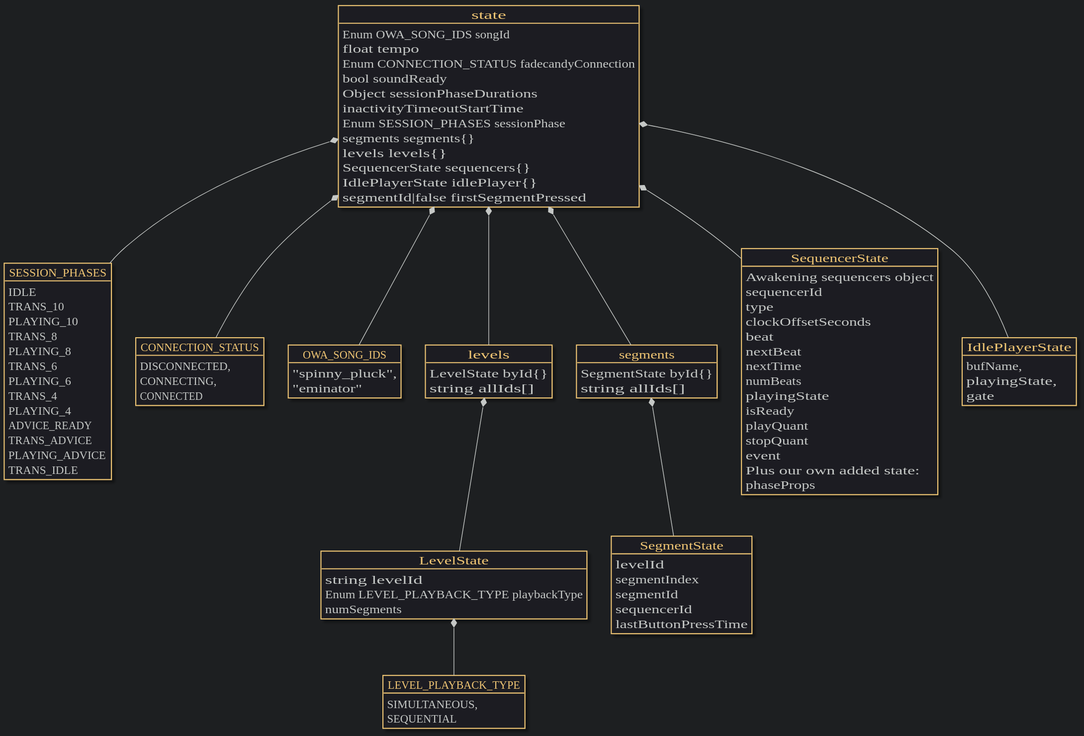
This is docs/data_model.svg from awakeningio/owa, a PlantUML export, as it was before one commit.
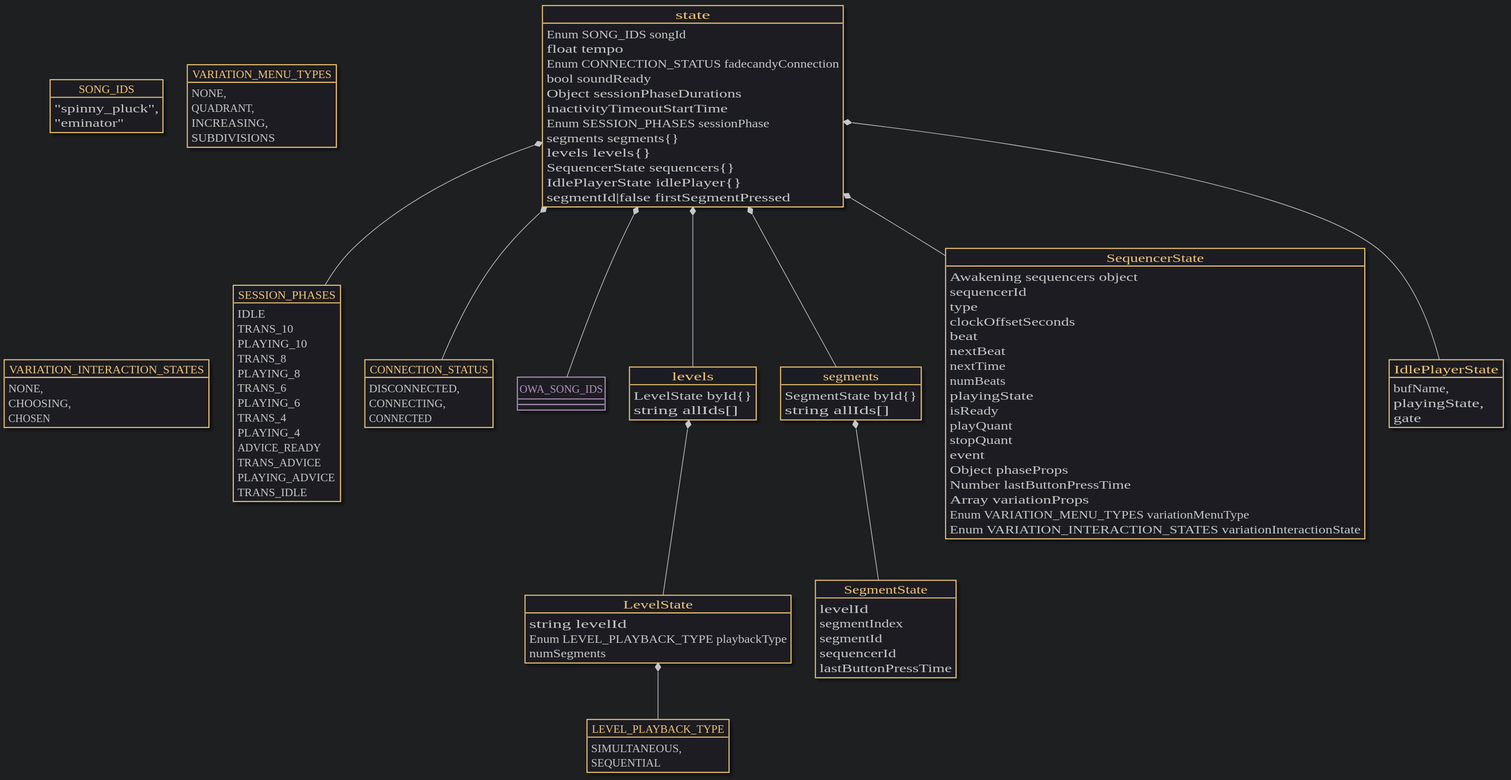
After the change.

What changed in the source:
```diff
@@ -72,13 +72,26 @@
   CONNECTED
 }
 
-object OWA_SONG_IDS {
+object SONG_IDS {
   "spinny_pluck",
   "eminator"
 }
 
+object VARIATION_MENU_TYPES {
+  NONE,
+  QUADRANT,
+  INCREASING,
+  SUBDIVISIONS
+}
+
+object VARIATION_INTERACTION_STATES {
+  NONE,
+  CHOOSING,
+  CHOSEN
+}
+
 object state {
-  Enum OWA_SONG_IDS songId
+  Enum SONG_IDS songId
   float tempo
   Enum CONNECTION_STATUS fadecandyConnection
   bool soundReady
@@ -141,8 +154,12 @@
   event
 
 
-  Plus our own added state:
-  phaseProps
+  Object phaseProps
+
+  Number lastButtonPressTime
+  Array variationProps
+  Enum VARIATION_MENU_TYPES variationMenuType
+  Enum VARIATION_INTERACTION_STATES variationInteractionState
 }
 state *-- SequencerState
 
```
